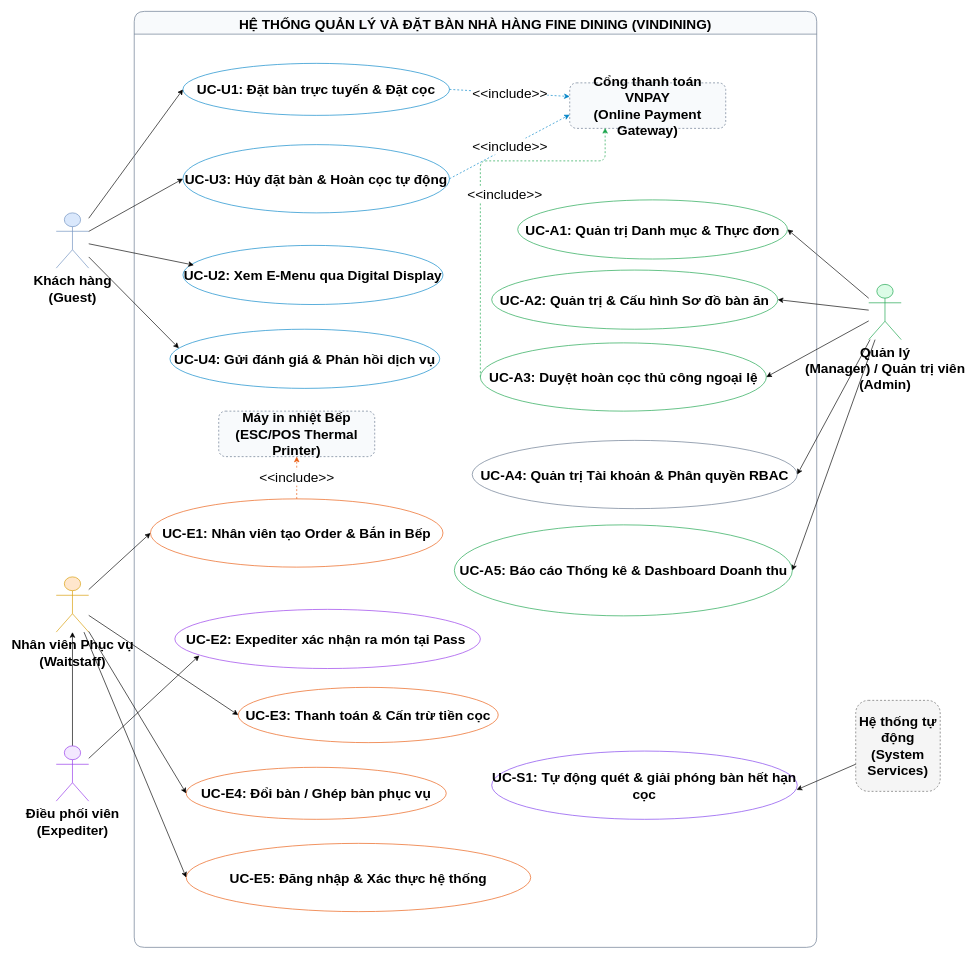
Above: docs/phase1/drawio/use_case_overall.drawio in AndrewQng/VinDining (draw.io), before the change. Source tidied: cells renumbered, new cells numbered last; positions are measured from the earlier drawing's top-left corner, leaving out a move shared by most shapes. Both pictures are drawn from the tidied source at 65%, with x=0, y=0 at pixel (56, 11).
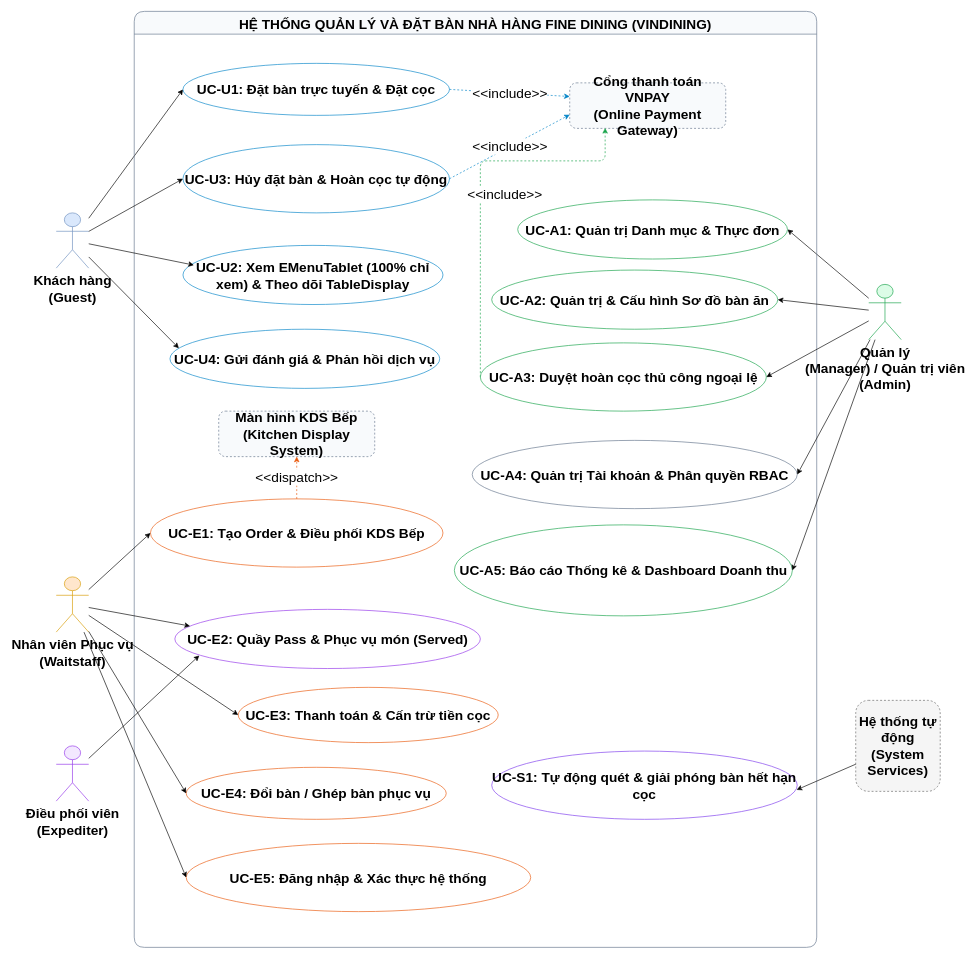
Above is the later version.

The change refers to these unchanged cells:
```xml
<mxCell id="7" value="HỆ THỐNG QUẢN LÝ VÀ ĐẶT BÀN NHÀ HÀNG FINE DINING (VINDINING)" style="swimlane;startSize=35;fillColor=#f8fafc;strokeColor=#64748b;fontStyle=1;rounded=1;fontSize=21;swimlaneLine=1;" parent="1" vertex="1">
  <mxGeometry x="120" width="1050" height="1440" as="geometry" />
</mxCell>
<mxCell id="34" value="Điều phối viên&#10;(Expediter)" style="shape=umlActor;verticalLabelPosition=bottom;verticalAlign=top;html=1;fillColor=#f3e8ff;strokeColor=#9333ea;fontStyle=1;fontSize=21;" parent="1" vertex="1">
  <mxGeometry y="1130" width="50" height="85" as="geometry" />
</mxCell>
<mxCell id="37" value="Nhân viên Phục vụ&#10;(Waitstaff)" style="shape=umlActor;verticalLabelPosition=bottom;verticalAlign=top;html=1;fillColor=#ffe6cc;strokeColor=#d79b00;fontStyle=1;fontSize=21;" parent="1" vertex="1">
  <mxGeometry y="870" width="50" height="85" as="geometry" />
</mxCell>
```

Diff of the diagram source:
```diff
@@
-    <mxCell id="9" value="UC-U2: Xem E-Menu qua Digital Display" style="ellipse;whiteSpace=wrap;html=1;fillColor=#ffffff;strokeColor=#0284c7;fontSize=21;fontStyle=1;" parent="7" vertex="1">
+    <mxCell id="9" value="UC-U2: Xem EMenuTablet (100% chỉ xem) &amp;amp; Theo dõi TableDisplay" style="ellipse;whiteSpace=wrap;html=1;fillColor=#ffffff;strokeColor=#0284c7;fontSize=21;fontStyle=1;" parent="7" vertex="1">
       <mxGeometry x="75" y="360" width="400" height="91" as="geometry" />
     </mxCell>
@@
-    <mxCell id="16" value="Máy in nhiệt Bếp&#10;(ESC/POS Thermal Printer)" style="rounded=1;dashed=1;whiteSpace=wrap;html=1;fillColor=#f8fafc;strokeColor=#64748b;fontStyle=1;fontSize=21;" parent="7" vertex="1">
+    <mxCell id="16" value="Màn hình KDS Bếp&#10;(Kitchen Display System)" style="rounded=1;dashed=1;whiteSpace=wrap;html=1;fillColor=#f8fafc;strokeColor=#64748b;fontStyle=1;fontSize=21;" parent="7" vertex="1">
       <mxGeometry x="130" y="615" width="240" height="70" as="geometry" />
     </mxCell>
-    <mxCell id="17" value="&amp;lt;&amp;lt;include&amp;gt;&amp;gt;" style="rounded=1;dashed=1;strokeColor=#ea580c;html=1;fontSize=21;exitX=0.5;exitY=0;entryX=0.5;entryY=1;exitDx=0;exitDy=0;entryDx=0;entryDy=0;" parent="7" edge="1" source="27" target="16">
+    <mxCell id="17" value="&amp;lt;&amp;lt;dispatch&amp;gt;&amp;gt;" style="rounded=1;dashed=1;strokeColor=#ea580c;html=1;fontSize=21;exitX=0.5;exitY=0;entryX=0.5;entryY=1;exitDx=0;exitDy=0;entryDx=0;entryDy=0;" parent="7" edge="1" source="27" target="16">
       <mxGeometry relative="1" as="geometry" />
     </mxCell>
-    <mxCell id="18" value="UC-E2: Expediter xác nhận ra món tại Pass&amp;nbsp;" style="ellipse;whiteSpace=wrap;html=1;fillColor=#ffffff;strokeColor=#9333ea;fontSize=21;fontStyle=1;" parent="7" vertex="1">
+    <mxCell id="18" value="UC-E2: Quầy Pass &amp;amp; Phục vụ món (Served)" style="ellipse;whiteSpace=wrap;html=1;fillColor=#ffffff;strokeColor=#9333ea;fontSize=21;fontStyle=1;" parent="7" vertex="1">
       <mxGeometry x="62.5" y="920" width="470" height="91" as="geometry" />
     </mxCell>
@@
-    <mxCell id="27" value="UC-E1: Nhân viên tạo Order &amp;amp; Bắn in Bếp" style="ellipse;whiteSpace=wrap;html=1;fillColor=#ffffff;strokeColor=#ea580c;fontSize=21;fontStyle=1;" parent="7" vertex="1">
+    <mxCell id="27" value="UC-E1: Tạo Order &amp;amp; Điều phối KDS Bếp" style="ellipse;whiteSpace=wrap;html=1;fillColor=#ffffff;strokeColor=#ea580c;fontSize=21;fontStyle=1;" parent="7" vertex="1">
       <mxGeometry x="25" y="750" width="450" height="105" as="geometry" />
     </mxCell>
@@
-    <mxCell id="33" style="edgeStyle=orthogonalEdgeStyle;rounded=0;jettySize=auto;html=1;" parent="1" edge="1" source="34" target="37">
+    <mxCell id="33" style="rounded=0;jettySize=auto;html=1;entryX=0;entryY=0.25;entryDx=0;entryDy=0;" parent="1" edge="1" source="37" target="18">
       <mxGeometry relative="1" as="geometry" />
     </mxCell>
```
